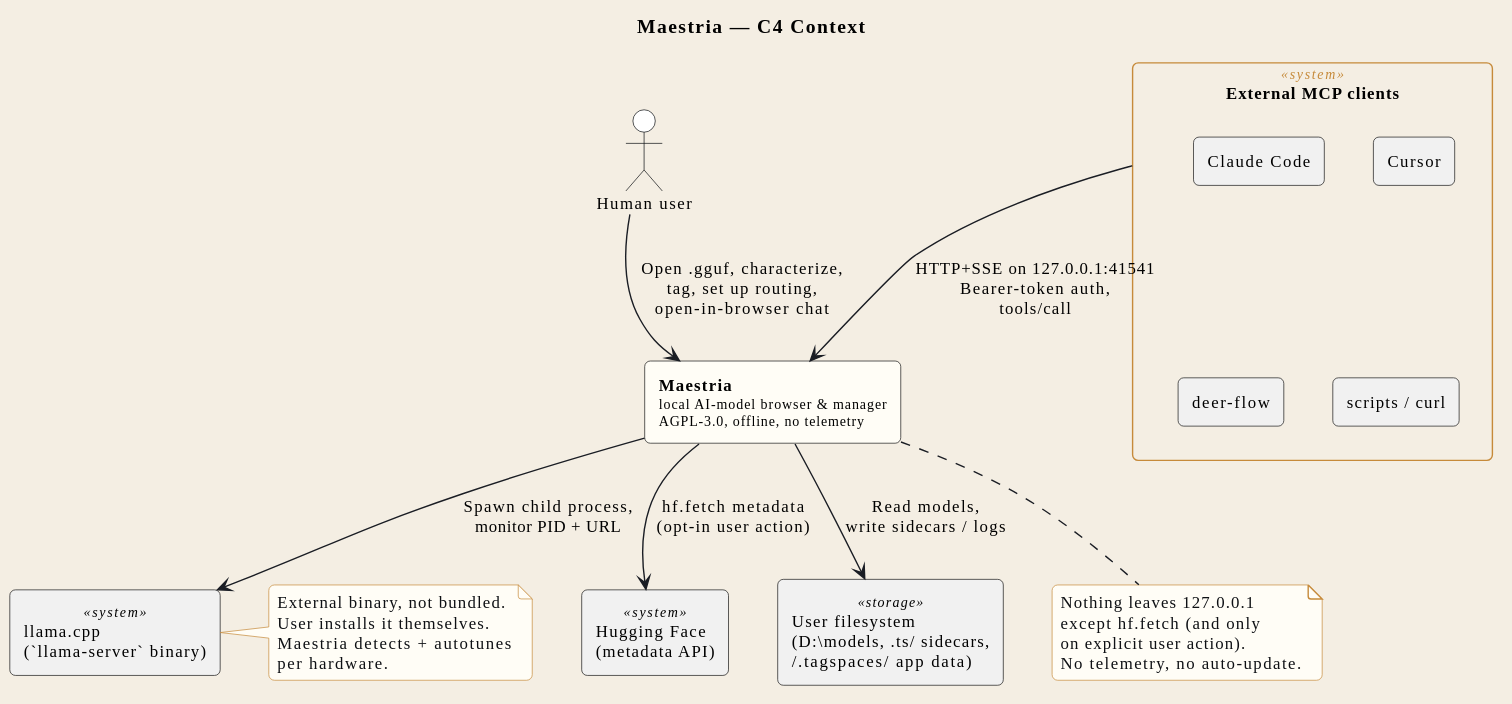
Syphys/maestria keeps this PlantUML diagram as docs/en/svg/c4-context.svg. Above is the earlier version. The source it was exported from:
```plantuml
@startuml
!include ../_includes/style.iuml


skinparam rectangle {
  StereotypeFontSize 10
}

title Maestria — C4 Context

actor "Human user" as USER
rectangle "**Maestria**\n<size:10>local AI-model browser & manager</size>\n<size:10>AGPL-3.0, offline, no telemetry</size>" as SYS #FFFDF6

rectangle "External MCP clients" <<system>> as MCP {
  rectangle "Claude Code" as MCP_CC
  rectangle "Cursor" as MCP_CUR
  rectangle "deer-flow" as MCP_DF
  rectangle "scripts / curl" as MCP_SH
}
rectangle "llama.cpp\n(`llama-server` binary)" <<system>> as LLAMA
rectangle "Hugging Face\n(metadata API)" <<system>> as HF
rectangle "User filesystem\n(D:\\models, .ts/ sidecars,\n~/.tagspaces/ app data)" <<storage>> as FS

USER --> SYS : Open .gguf, characterize,\ntag, set up routing,\nopen-in-browser chat
SYS --> LLAMA : Spawn child process,\nmonitor PID + URL
SYS --> FS : Read models,\nwrite sidecars / logs
SYS --> HF : hf.fetch metadata\n(opt-in user action)
MCP --> SYS : HTTP+SSE on 127.0.0.1:41541\nBearer-token auth,\ntools/call

note bottom of SYS
  Nothing leaves 127.0.0.1
  except hf.fetch (and only
  on explicit user action).
  No telemetry, no auto-update.
end note

note right of LLAMA
  External binary, not bundled.
  User installs it themselves.
  Maestria detects + autotunes
  per hardware.
end note
@enduml
```
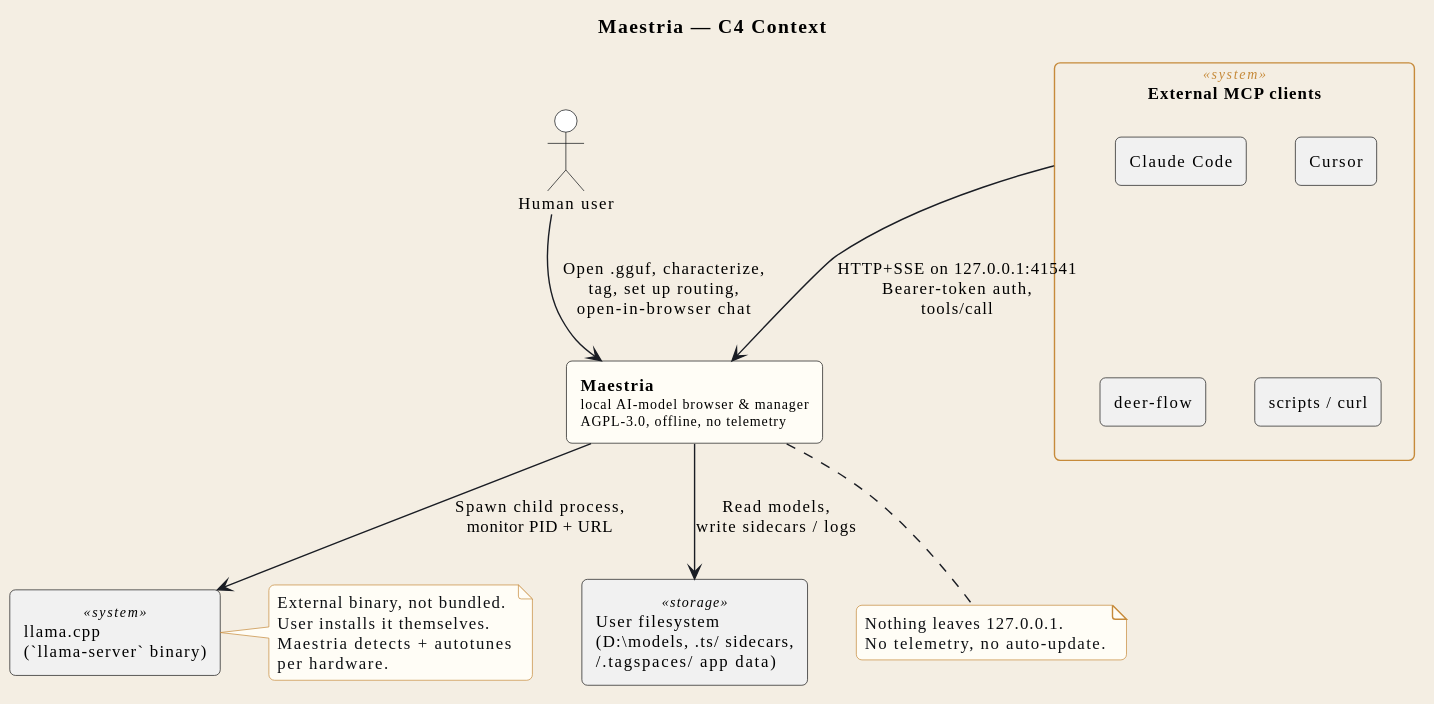
The same diagram one commit later.

The edit, as a diff of the source:
```diff
@@ -6,38 +6,34 @@
   StereotypeFontSize 10
 }
 
-title Maestria — C4 Context
+title STR_C4CTX_TITLE
 
-actor "Human user" as USER
-rectangle "**Maestria**\n<size:10>local AI-model browser & manager</size>\n<size:10>AGPL-3.0, offline, no telemetry</size>" as SYS #FFFDF6
+actor "STR_C4CTX_USER" as USER
+rectangle "STR_C4CTX_SYS_LABEL" as SYS #FFFDF6
 
-rectangle "External MCP clients" <<system>> as MCP {
+rectangle "STR_C4CTX_MCP_LABEL" <<system>> as MCP {
   rectangle "Claude Code" as MCP_CC
   rectangle "Cursor" as MCP_CUR
   rectangle "deer-flow" as MCP_DF
-  rectangle "scripts / curl" as MCP_SH
+  rectangle "STR_C4CTX_MCP_SH" as MCP_SH
 }
-rectangle "llama.cpp\n(`llama-server` binary)" <<system>> as LLAMA
-rectangle "Hugging Face\n(metadata API)" <<system>> as HF
-rectangle "User filesystem\n(D:\\models, .ts/ sidecars,\n~/.tagspaces/ app data)" <<storage>> as FS
+rectangle "STR_C4CTX_LLAMA_LABEL" <<system>> as LLAMA
+rectangle "STR_C4CTX_FS_LABEL" <<storage>> as FS
 
-USER --> SYS : Open .gguf, characterize,\ntag, set up routing,\nopen-in-browser chat
-SYS --> LLAMA : Spawn child process,\nmonitor PID + URL
-SYS --> FS : Read models,\nwrite sidecars / logs
-SYS --> HF : hf.fetch metadata\n(opt-in user action)
-MCP --> SYS : HTTP+SSE on 127.0.0.1:41541\nBearer-token auth,\ntools/call
+USER --> SYS : STR_C4CTX_REL_USER_SYS
+SYS --> LLAMA : STR_C4CTX_REL_SYS_LLAMA
+SYS --> FS : STR_C4CTX_REL_SYS_FS
+MCP --> SYS : STR_C4CTX_REL_MCP_SYS
 
 note bottom of SYS
-  Nothing leaves 127.0.0.1
-  except hf.fetch (and only
-  on explicit user action).
-  No telemetry, no auto-update.
+  STR_C4CTX_NOTE_SYS_L1
+  STR_C4CTX_NOTE_SYS_L2
 end note
 
 note right of LLAMA
-  External binary, not bundled.
-  User installs it themselves.
-  Maestria detects + autotunes
-  per hardware.
+  STR_C4CTX_NOTE_LLAMA_L1
+  STR_C4CTX_NOTE_LLAMA_L2
+  STR_C4CTX_NOTE_LLAMA_L3
+  STR_C4CTX_NOTE_LLAMA_L4
 end note
 @enduml
```
